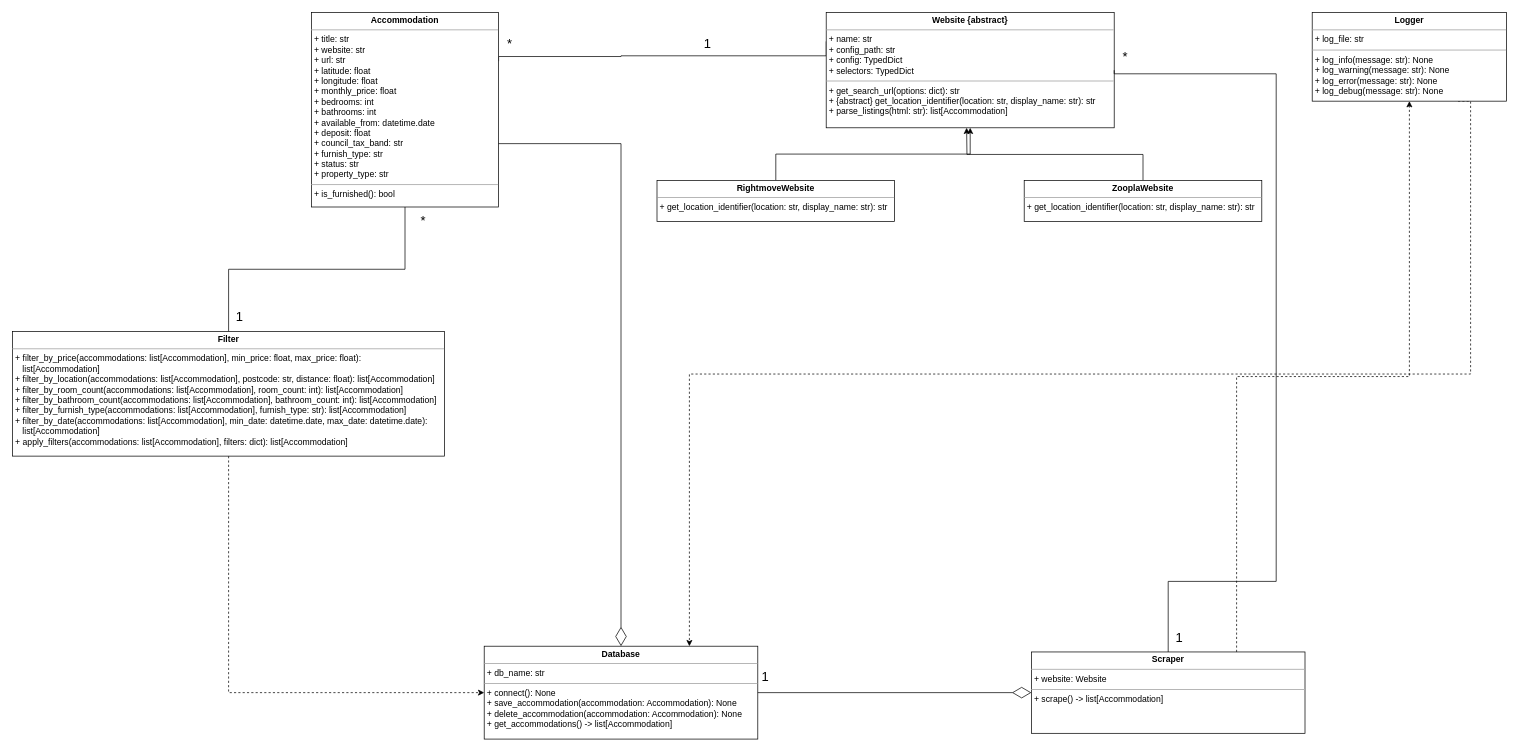
Before: UML Diagram.drawio in Adam-Calleja/rightmove_web_scraper, a draw.io diagram. Source tidied: cells renumbered, new cells numbered last; positions are measured from the earlier drawing's top-left corner, leaving out a move shared by most shapes. Both pictures are drawn from the tidied source at 72%, with x=0, y=0 at pixel (12, 12).
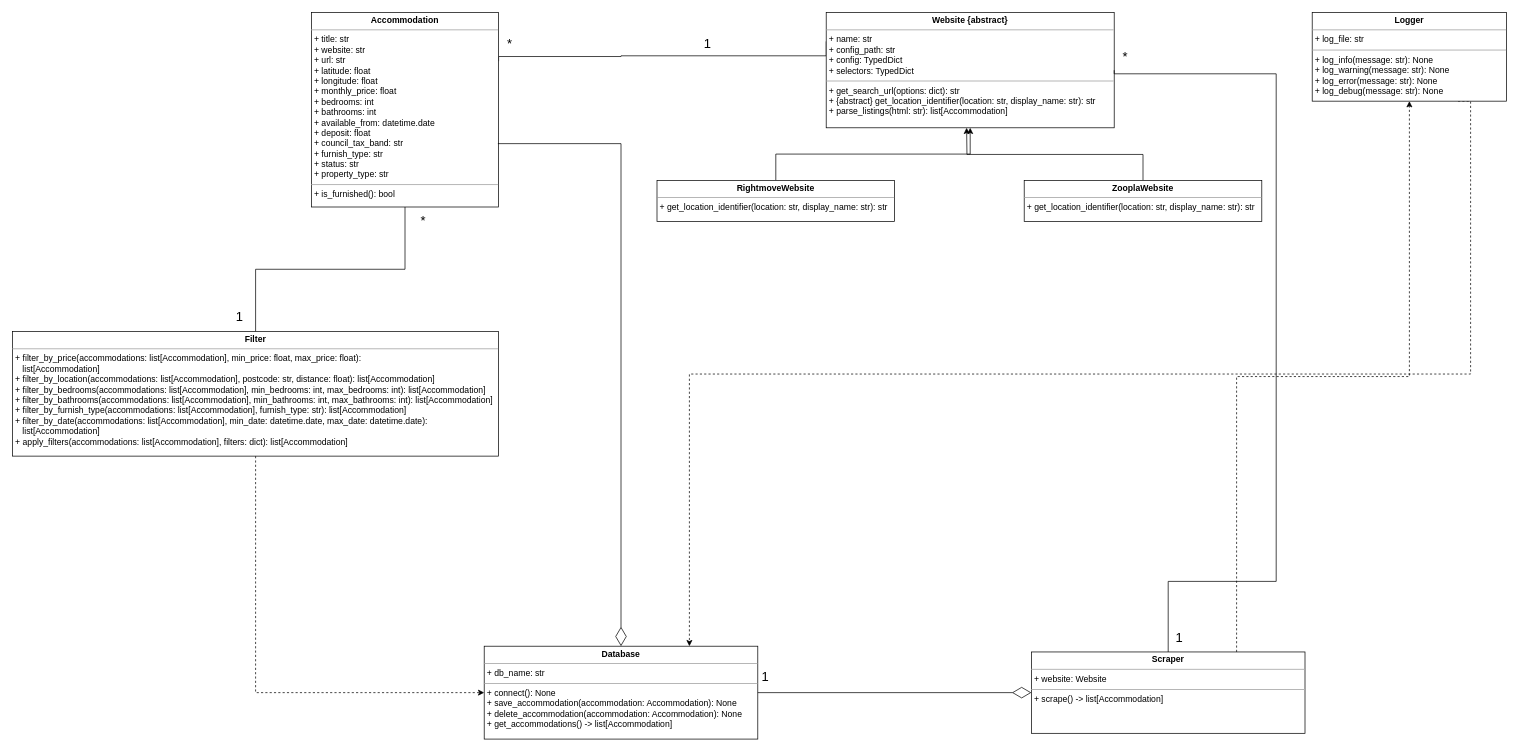
Above is the later version.

Commit message:
Update the design of the Filter class.

Updated the design of the following methods of the Filter class:

	- filter_by_bedrooms: modified the expected parameters to
	  include both the min_bedrooms and max_bedrooms
	- filter_by_bathrooms: modified the expected parameters to
	  include both the min_bathrooms and max_bathrooms

The change refers to these unchanged cells:
```xml
<mxCell id="10" value="&lt;p style=&quot;margin:0px;margin-top:4px;text-align:center;&quot;&gt;&lt;b&gt;Database&lt;/b&gt;&lt;/p&gt;&lt;hr size=&quot;1&quot;&gt;&lt;p style=&quot;margin:0px;margin-left:4px;&quot;&gt;+&amp;nbsp;&lt;span style=&quot;caret-color: rgb(0, 0, 0); text-wrap-mode: wrap; background-color: transparent; color: light-dark(rgb(0, 0, 0), rgb(255, 255, 255));&quot;&gt;db_name: str&lt;/span&gt;&lt;br&gt;&lt;/p&gt;&lt;hr size=&quot;1&quot;&gt;&lt;p style=&quot;margin:0px;margin-left:4px;&quot;&gt;+&amp;nbsp;&lt;span style=&quot;caret-color: rgb(0, 0, 0); text-wrap-mode: wrap; background-color: transparent; color: light-dark(rgb(0, 0, 0), rgb(255, 255, 255));&quot;&gt;connect(): None&lt;/span&gt;&lt;/p&gt;&lt;p style=&quot;margin:0px;margin-left:4px;&quot;&gt;+&amp;nbsp;&lt;span style=&quot;caret-color: rgb(0, 0, 0); text-wrap-mode: wrap; background-color: transparent; color: light-dark(rgb(0, 0, 0), rgb(255, 255, 255));&quot;&gt;save_accommodation(accommodation: Accommodation): None&lt;/span&gt;&lt;/p&gt;&lt;p style=&quot;margin:0px;margin-left:4px;&quot;&gt;&lt;span style=&quot;caret-color: rgb(0, 0, 0); text-wrap-mode: wrap; background-color: transparent; color: light-dark(rgb(0, 0, 0), rgb(255, 255, 255));&quot;&gt;+ delete&lt;/span&gt;&lt;span style=&quot;caret-color: rgb(0, 0, 0); text-wrap-mode: wrap; background-color: transparent; color: light-dark(rgb(0, 0, 0), rgb(255, 255, 255));&quot;&gt;_accommodation(accommodation: Accommodation): None&lt;/span&gt;&lt;/p&gt;&lt;p style=&quot;margin:0px;margin-left:4px;&quot;&gt;+&amp;nbsp;&lt;span style=&quot;caret-color: rgb(0, 0, 0); text-wrap-mode: wrap; background-color: transparent; color: light-dark(rgb(0, 0, 0), rgb(255, 255, 255));&quot;&gt;get_accommodations() -&amp;gt; list[Accommodation]&lt;/span&gt;&lt;/p&gt;&lt;p style=&quot;margin:0px;margin-left:4px;&quot;&gt;&lt;br&gt;&lt;/p&gt;" style="verticalAlign=top;align=left;overflow=fill;fontSize=12;fontFamily=Helvetica;html=1;rounded=0;shadow=0;comic=0;labelBackgroundColor=none;strokeWidth=1;" parent="1" vertex="1">
  <mxGeometry x="655" y="880" width="380" height="129" as="geometry" />
</mxCell>
```

Change to the diagram source:
```diff
@@
-    <mxCell id="9" value="&lt;p style=&quot;margin:0px;margin-top:4px;text-align:center;&quot;&gt;&lt;b&gt;Filter&lt;/b&gt;&lt;/p&gt;&lt;hr size=&quot;1&quot;&gt;&lt;p style=&quot;margin:0px;margin-left:4px;&quot;&gt;+ filter_by_price(accommodations: list[Accommodation], min_price: float, max_price: float):&lt;/p&gt;&lt;p style=&quot;margin:0px;margin-left:4px;&quot;&gt;&amp;nbsp; &amp;nbsp;list[Accommodation]&lt;/p&gt;&lt;p style=&quot;margin:0px;margin-left:4px;&quot;&gt;+ filter_by_location(accommodations: list[Accommodation], postcode: str, distance: float): list[Accommodation]&lt;/p&gt;&lt;p style=&quot;margin:0px;margin-left:4px;&quot;&gt;+ filter_by_room_count(accommodations: list[Accommodation], room_count: int): list[Accommodation]&lt;/p&gt;&lt;p style=&quot;margin:0px;margin-left:4px;&quot;&gt;+ filter_by_bathroom_count(accommodations: list[Accommodation], bathroom_count: int): list[Accommodation]&lt;/p&gt;&lt;p style=&quot;margin:0px;margin-left:4px;&quot;&gt;+&amp;nbsp;&lt;span style=&quot;background-color: transparent; color: light-dark(rgb(0, 0, 0), rgb(255, 255, 255));&quot;&gt;filter_by_furnish_type(accommodations: list[Accommodation], furnish_type: str): list[Accommodation]&lt;/span&gt;&lt;/p&gt;&lt;p style=&quot;margin:0px;margin-left:4px;&quot;&gt;&lt;span style=&quot;background-color: transparent; color: light-dark(rgb(0, 0, 0), rgb(255, 255, 255));&quot;&gt;+ filter_by_date&lt;/span&gt;&lt;span style=&quot;background-color: transparent; color: light-dark(rgb(0, 0, 0), rgb(255, 255, 255));&quot;&gt;(accommodations: list[Accommodation], min_date: datetime.date, max_date: datetime.date):&lt;/span&gt;&lt;/p&gt;&lt;p style=&quot;margin: 0px 0px 0px 4px;&quot;&gt;&amp;nbsp; &amp;nbsp;list[Accommodation]&lt;/p&gt;&lt;p style=&quot;margin: 0px 0px 0px 4px;&quot;&gt;+&amp;nbsp;&lt;span style=&quot;background-color: transparent; color: light-dark(rgb(0, 0, 0), rgb(255, 255, 255));&quot;&gt;apply_filters(accommodations: list[Accommodation], filters: dict): list[Accommodation]&lt;/span&gt;&lt;/p&gt;" style="verticalAlign=top;align=left;overflow=fill;fontSize=12;fontFamily=Helvetica;html=1;rounded=0;shadow=0;comic=0;labelBackgroundColor=none;strokeWidth=1;" parent="1" vertex="1">
-      <mxGeometry y="443" width="600" height="173" as="geometry" />
+    <mxCell id="9" value="&lt;p style=&quot;margin:0px;margin-top:4px;text-align:center;&quot;&gt;&lt;b&gt;Filter&lt;/b&gt;&lt;/p&gt;&lt;hr size=&quot;1&quot;&gt;&lt;p style=&quot;margin:0px;margin-left:4px;&quot;&gt;+ filter_by_price(accommodations: list[Accommodation], min_price: float, max_price: float):&lt;/p&gt;&lt;p style=&quot;margin:0px;margin-left:4px;&quot;&gt;&amp;nbsp; &amp;nbsp;list[Accommodation]&lt;/p&gt;&lt;p style=&quot;margin:0px;margin-left:4px;&quot;&gt;+ filter_by_location(accommodations: list[Accommodation], postcode: str, distance: float): list[Accommodation]&lt;/p&gt;&lt;p style=&quot;margin:0px;margin-left:4px;&quot;&gt;+ filter_by_bedrooms(accommodations: list[Accommodation], min_bedrooms: int, max_bedrooms: int): list[Accommodation]&lt;/p&gt;&lt;p style=&quot;margin:0px;margin-left:4px;&quot;&gt;+ filter_by_bathrooms(accommodations: list[Accommodation], min_bathrooms: int, max_bathrooms: int): list[Accommodation]&lt;/p&gt;&lt;p style=&quot;margin:0px;margin-left:4px;&quot;&gt;+&amp;nbsp;&lt;span style=&quot;background-color: transparent; color: light-dark(rgb(0, 0, 0), rgb(255, 255, 255));&quot;&gt;filter_by_furnish_type(accommodations: list[Accommodation], furnish_type: str): list[Accommodation]&lt;/span&gt;&lt;/p&gt;&lt;p style=&quot;margin:0px;margin-left:4px;&quot;&gt;&lt;span style=&quot;background-color: transparent; color: light-dark(rgb(0, 0, 0), rgb(255, 255, 255));&quot;&gt;+ filter_by_date&lt;/span&gt;&lt;span style=&quot;background-color: transparent; color: light-dark(rgb(0, 0, 0), rgb(255, 255, 255));&quot;&gt;(accommodations: list[Accommodation], min_date: datetime.date, max_date: datetime.date):&lt;/span&gt;&lt;/p&gt;&lt;p style=&quot;margin: 0px 0px 0px 4px;&quot;&gt;&amp;nbsp; &amp;nbsp;list[Accommodation]&lt;/p&gt;&lt;p style=&quot;margin: 0px 0px 0px 4px;&quot;&gt;+&amp;nbsp;&lt;span style=&quot;background-color: transparent; color: light-dark(rgb(0, 0, 0), rgb(255, 255, 255));&quot;&gt;apply_filters(accommodations: list[Accommodation], filters: dict): list[Accommodation]&lt;/span&gt;&lt;/p&gt;" style="verticalAlign=top;align=left;overflow=fill;fontSize=12;fontFamily=Helvetica;html=1;rounded=0;shadow=0;comic=0;labelBackgroundColor=none;strokeWidth=1;" parent="1" vertex="1">
+      <mxGeometry y="443" width="675" height="173" as="geometry" />
     </mxCell>
@@
     <mxCell id="14" style="endArrow=diamondThin;endFill=0;endSize=24;html=1;rounded=0;entryX=0.5;entryY=0;entryDx=0;entryDy=0;" parent="1" edge="1" target="10">
       <mxGeometry relative="1" as="geometry">
-        <mxPoint x="675" y="182" as="sourcePoint" />
+        <mxPoint x="674" y="182" as="sourcePoint" />
         <Array as="points">
           <mxPoint x="845" y="182" />
         </Array>
       </mxGeometry>
     </mxCell>
```
